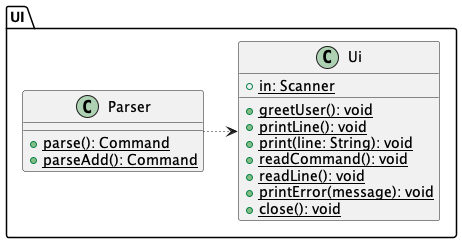
The PlantUML diagram docs/DGDiagramsCreator/UIClass.png in stevenantya/tp, before a commit. Its diagram source:
```plantuml
@startuml
package UI {
    class Ui {
        {static}+ in: Scanner
        {static}+ greetUser(): void
        {static}+ printLine(): void
        {static}+ print(line: String): void
        {static}+ readCommand(): void
        {static}+ readLine(): void
        {static}+ printError(message): void
        {static}+ close(): void
    }
    class Parser {
        {static}+ parse(): Command
        {static}+ parseAdd(): Command
    }
    Parser -[dotted]> Ui
}
@enduml
```
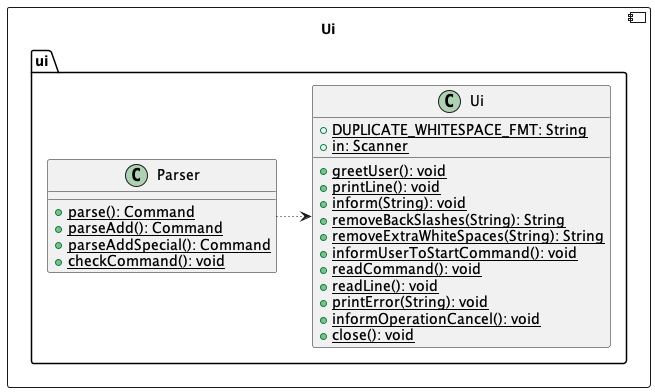
After the change.

What changed in the source:
```diff
@@ -1,19 +1,29 @@
 @startuml
-package UI {
-    class Ui {
-        {static}+ in: Scanner
-        {static}+ greetUser(): void
-        {static}+ printLine(): void
-        {static}+ print(line: String): void
-        {static}+ readCommand(): void
-        {static}+ readLine(): void
-        {static}+ printError(message): void
-        {static}+ close(): void
+component Ui {
+    package ui {
+        class Ui {
+            {static}+ DUPLICATE_WHITESPACE_FMT: String
+            {static}+ in: Scanner
+            {static}+ greetUser(): void
+            {static}+ printLine(): void
+            {static}+ inform(String): void
+            {static}+ removeBackSlashes(String): String
+            {static}+ removeExtraWhiteSpaces(String): String
+            {static}+ informUserToStartCommand(): void
+            {static}+ readCommand(): void
+            {static}+ readLine(): void
+            {static}+ printError(String): void
+            {static}+ informOperationCancel(): void
+            {static}+ close(): void
+        }
+        class Parser {
+            {static}+ parse(): Command
+            {static}+ parseAdd(): Command
+            {static}+ parseAddSpecial(): Command
+            {static}+ checkCommand(): void
+        }
+        Parser -[dotted]> Ui
     }
-    class Parser {
-        {static}+ parse(): Command
-        {static}+ parseAdd(): Command
-    }
-    Parser -[dotted]> Ui
+
 }
 @enduml
```
